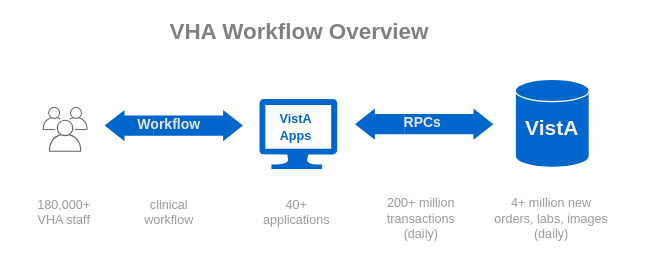
Earlier version of the draw.io export img/workflow-simple.svg (cloudvista/vaa). Source tidied: cells renumbered, new cells last; positions are measured from the earlier drawing's top-left corner, leaving out a move shared by most shapes.
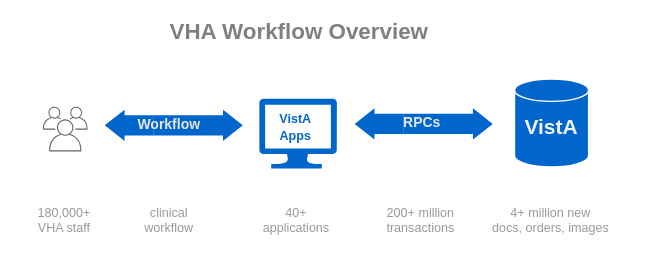
The same file after the commit.

Change to the diagram source:
```diff
@@ -42,19 +42,19 @@
       <mxGeometry x="85.2" y="73.1" width="70" height="30" as="geometry" />
     </mxCell>
     <mxCell id="15" value="180,000+&lt;br style=&quot;font-size: 9px;&quot;&gt;VHA staff" style="text;html=1;align=center;verticalAlign=middle;strokeColor=none;fillColor=none;fontColor=#999999;fontStyle=0;fontSize=9;" parent="1" vertex="1">
-      <mxGeometry x="15.2" y="130.6" width="60" height="40" as="geometry" />
+      <mxGeometry x="15.2" y="136.6" width="60" height="40" as="geometry" />
     </mxCell>
     <mxCell id="16" value="clinical&lt;br style=&quot;font-size: 9px;&quot;&gt;workflow" style="text;html=1;align=center;verticalAlign=middle;strokeColor=none;fillColor=none;fontColor=#999999;fontStyle=0;fontSize=9;" parent="1" vertex="1">
-      <mxGeometry x="90.2" y="130.6" width="60" height="40" as="geometry" />
+      <mxGeometry x="90.2" y="136.6" width="60" height="40" as="geometry" />
     </mxCell>
     <mxCell id="17" value="40+&lt;br style=&quot;font-size: 9px;&quot;&gt;applications" style="text;html=1;align=center;verticalAlign=middle;strokeColor=none;fillColor=none;fontColor=#999999;fontStyle=0;fontSize=9;" parent="1" vertex="1">
-      <mxGeometry x="175.9" y="130.6" width="70" height="40" as="geometry" />
+      <mxGeometry x="175.9" y="136.6" width="70" height="40" as="geometry" />
     </mxCell>
-    <mxCell id="18" value="200+ million&lt;br style=&quot;font-size: 9px;&quot;&gt;transactions&lt;br&gt;(daily)" style="text;html=1;align=center;verticalAlign=middle;strokeColor=none;fillColor=none;fontColor=#999999;fontStyle=0;fontSize=9;" parent="1" vertex="1">
-      <mxGeometry x="265" y="130.6" width="70" height="50" as="geometry" />
+    <mxCell id="18" value="200+ million&lt;br style=&quot;font-size: 9px;&quot;&gt;transactions" style="text;html=1;align=center;verticalAlign=middle;strokeColor=none;fillColor=none;fontColor=#999999;fontStyle=0;fontSize=9;" parent="1" vertex="1">
+      <mxGeometry x="265" y="136.6" width="70" height="40" as="geometry" />
     </mxCell>
-    <mxCell id="19" value="4+ million new&lt;br style=&quot;font-size: 9px;&quot;&gt;orders, labs, images&lt;br&gt;(daily)" style="text;html=1;align=center;verticalAlign=middle;strokeColor=none;fillColor=none;fontColor=#999999;fontStyle=0;fontSize=9;" parent="1" vertex="1">
-      <mxGeometry x="342.9" y="130.6" width="100" height="50" as="geometry" />
+    <mxCell id="19" value="4+ million new&lt;br style=&quot;font-size: 9px;&quot;&gt;docs, orders, images" style="text;html=1;align=center;verticalAlign=middle;strokeColor=none;fillColor=none;fontColor=#999999;fontStyle=0;fontSize=9;" parent="1" vertex="1">
+      <mxGeometry x="337.9" y="136.6" width="110" height="40" as="geometry" />
     </mxCell>
   </root>
 </mxGraphModel>
```
